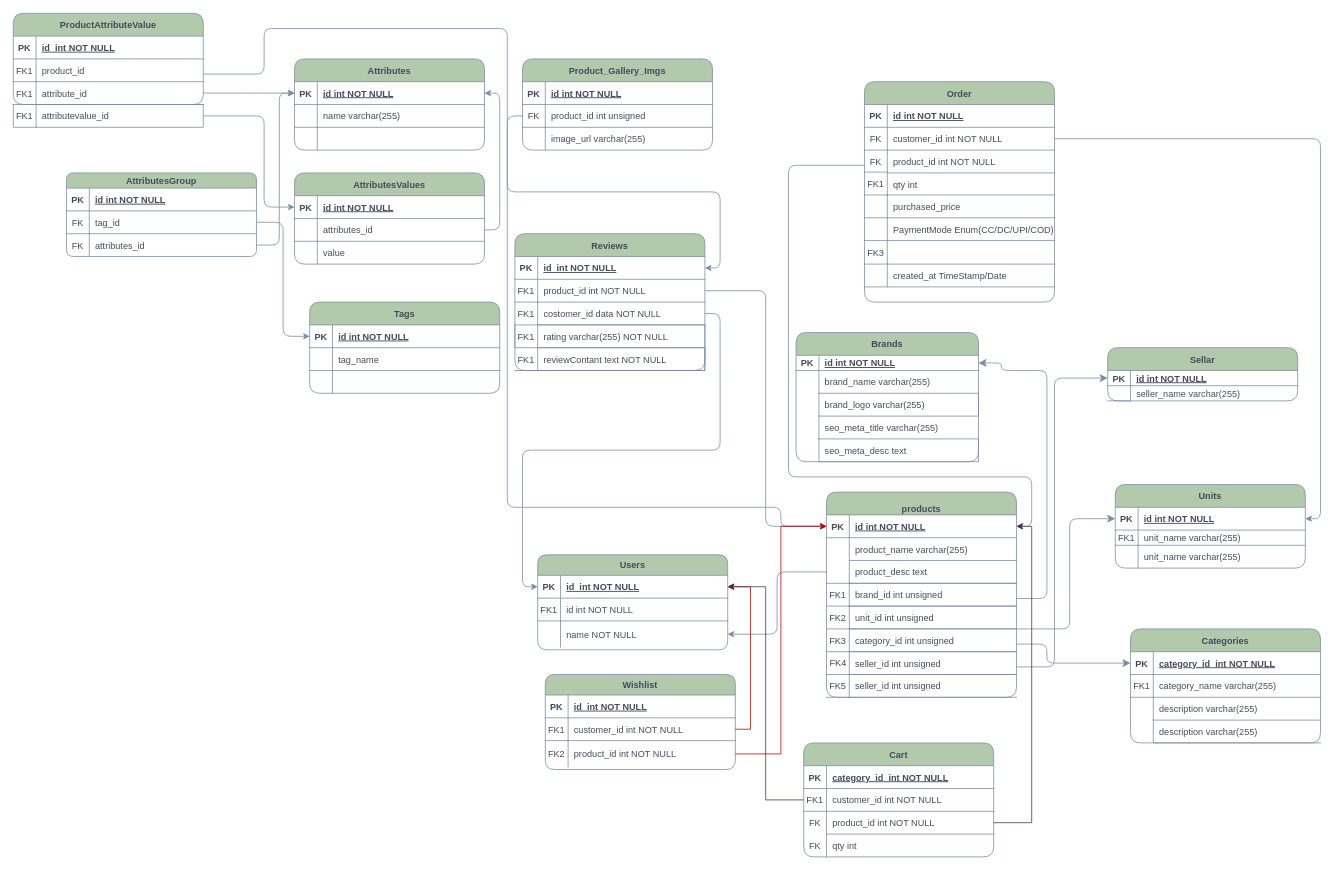
The draw.io diagram database/migrations/Untitled Diagram.drawio in namanbairagi3/electro, before the edit. Source tidied: cells renumbered, new cells numbered last; positions are measured from the earlier drawing's top-left corner, leaving out a move shared by most shapes. Both pictures are drawn from the tidied source at 76%, with x=0, y=0 at pixel (13, 13).
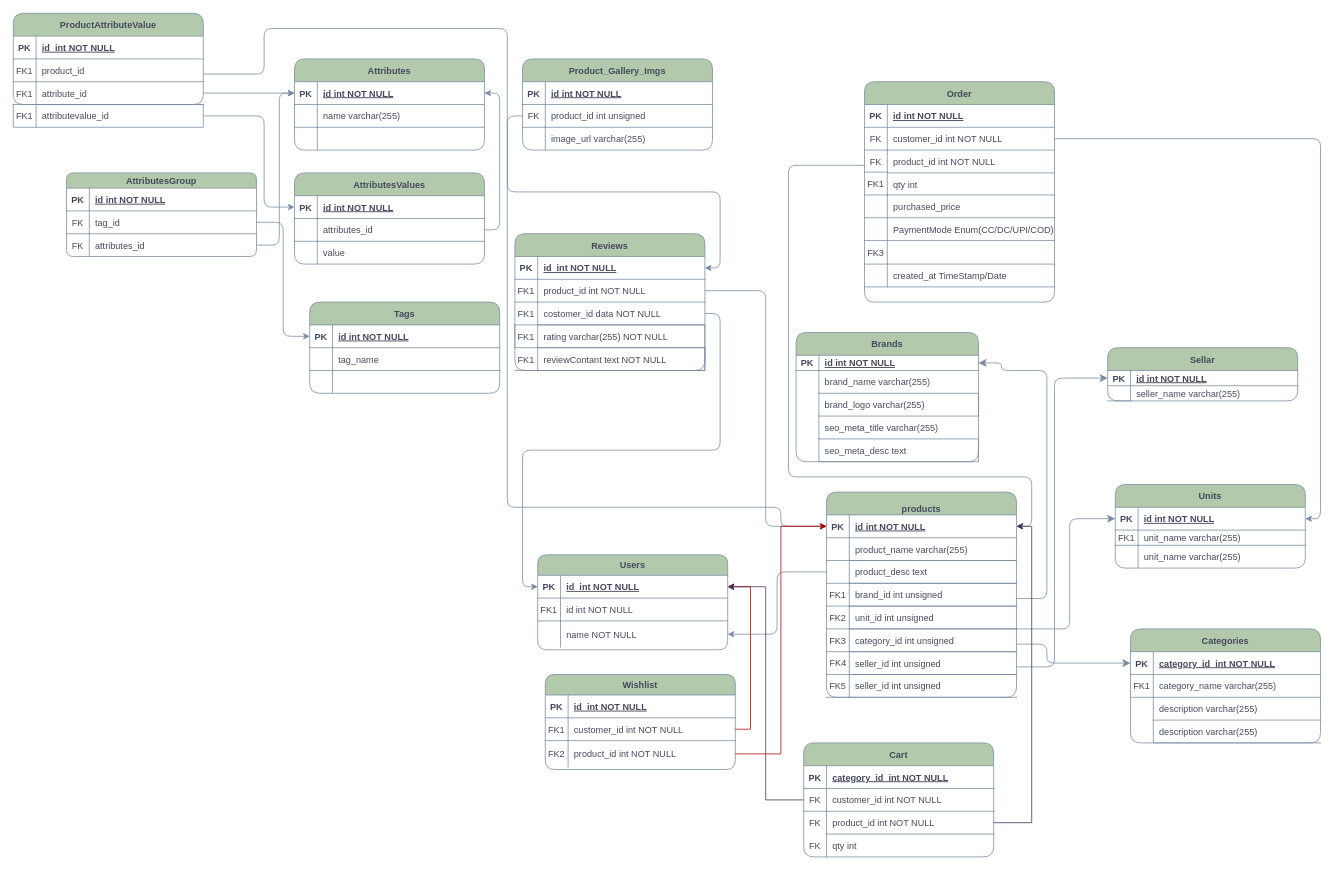
After the change.

Unchanged cells that the change refers to:
```xml
<mxCell id="67" value="&#10;products" style="shape=table;startSize=30;childLayout=tableLayout;rowLines=0;fontStyle=1;align=center;labelBackgroundColor=none;fillColor=#B2C9AB;strokeColor=#788AA3;fontColor=#46495D;rounded=1;" parent="66" vertex="1">
  <mxGeometry x="10" width="250" height="270" as="geometry" />
</mxCell>
<mxCell id="216" style="shape=partialRectangle;fillColor=none;points=[[0,0.5],[1,0.5]];portConstraint=eastwest;top=0;left=0;right=0;bottom=0;labelBackgroundColor=none;strokeColor=#788AA3;fontColor=#46495D;rounded=1;" parent="212" vertex="1">
  <mxGeometry y="60" width="250" height="30" as="geometry" />
</mxCell>
```

The edit, as a diff of the source:
```diff
@@
-    <mxCell id="71" style="shape=partialRectangle;fillColor=none;top=0;left=0;right=0;bottom=0;labelBackgroundColor=none;strokeColor=#788AA3;fontColor=#46495D;rounded=1;" parent="67" vertex="1">
+    <mxCell id="71" style="shape=partialRectangle;fillColor=none;top=0;left=0;right=0;bottom=1;labelBackgroundColor=none;strokeColor=#788AA3;fontColor=#46495D;rounded=1;" parent="67" vertex="1">
       <mxGeometry y="60" width="250" height="30" as="geometry" />
     </mxCell>
@@
-    <mxCell id="217" value="FK1" style="shape=partialRectangle;overflow=hidden;fillColor=none;top=0;left=0;bottom=1;right=0;labelBackgroundColor=none;strokeColor=#788AA3;fontColor=#46495D;rounded=1;" parent="216" vertex="1">
+    <mxCell id="217" value="FK" style="shape=partialRectangle;overflow=hidden;fillColor=none;top=0;left=0;bottom=1;right=0;labelBackgroundColor=none;strokeColor=#788AA3;fontColor=#46495D;rounded=1;" parent="216" vertex="1">
       <mxGeometry width="30" height="30" as="geometry" />
     </mxCell>
```
